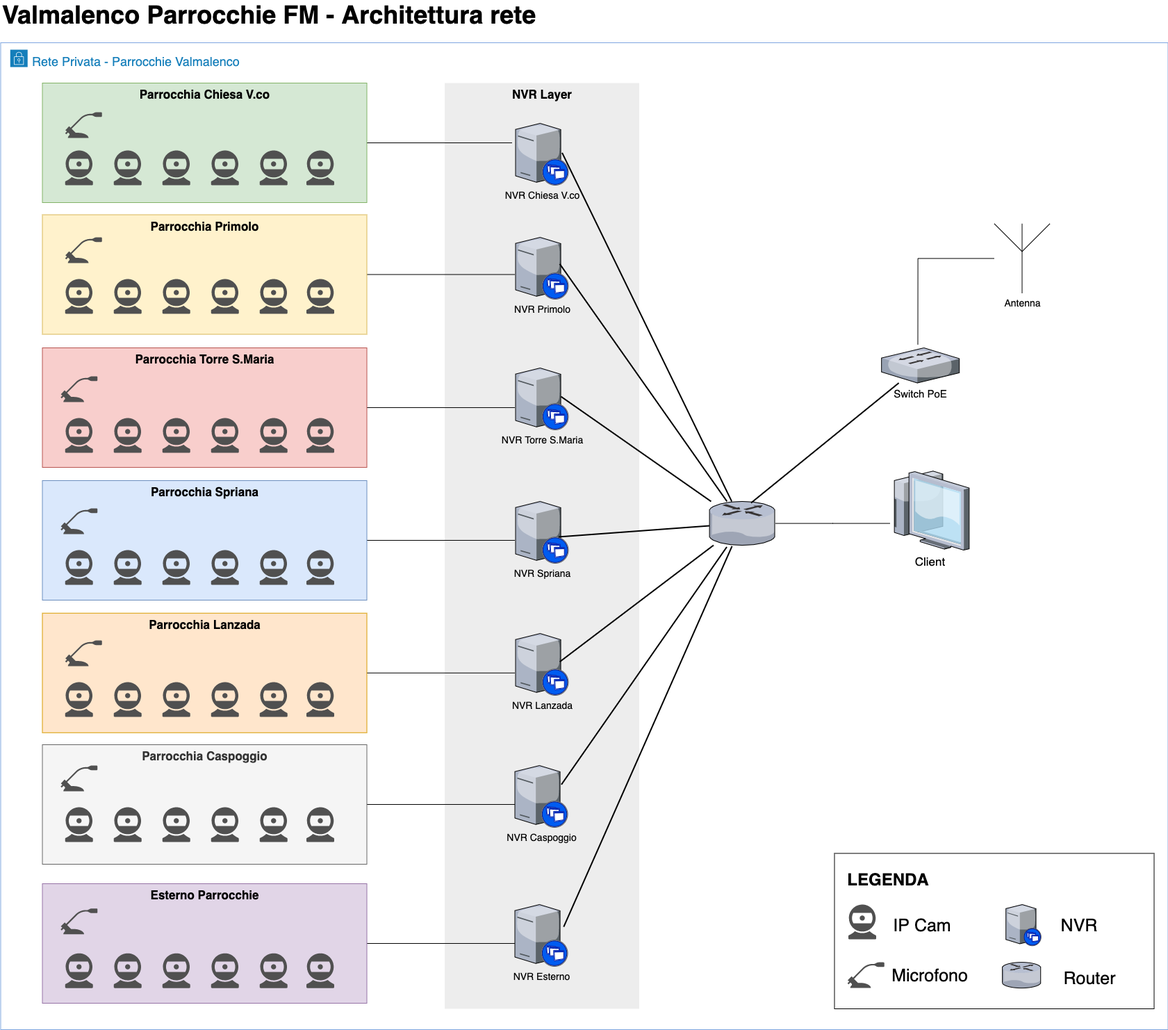
The draw.io diagram schema/architettura.png in AleNegrini/parrocchie-valmalenco-FM, before a commit. Source tidied: cells renumbered, new cells last; positions are measured from the earlier drawing's top-left corner, leaving out a move shared by most shapes.
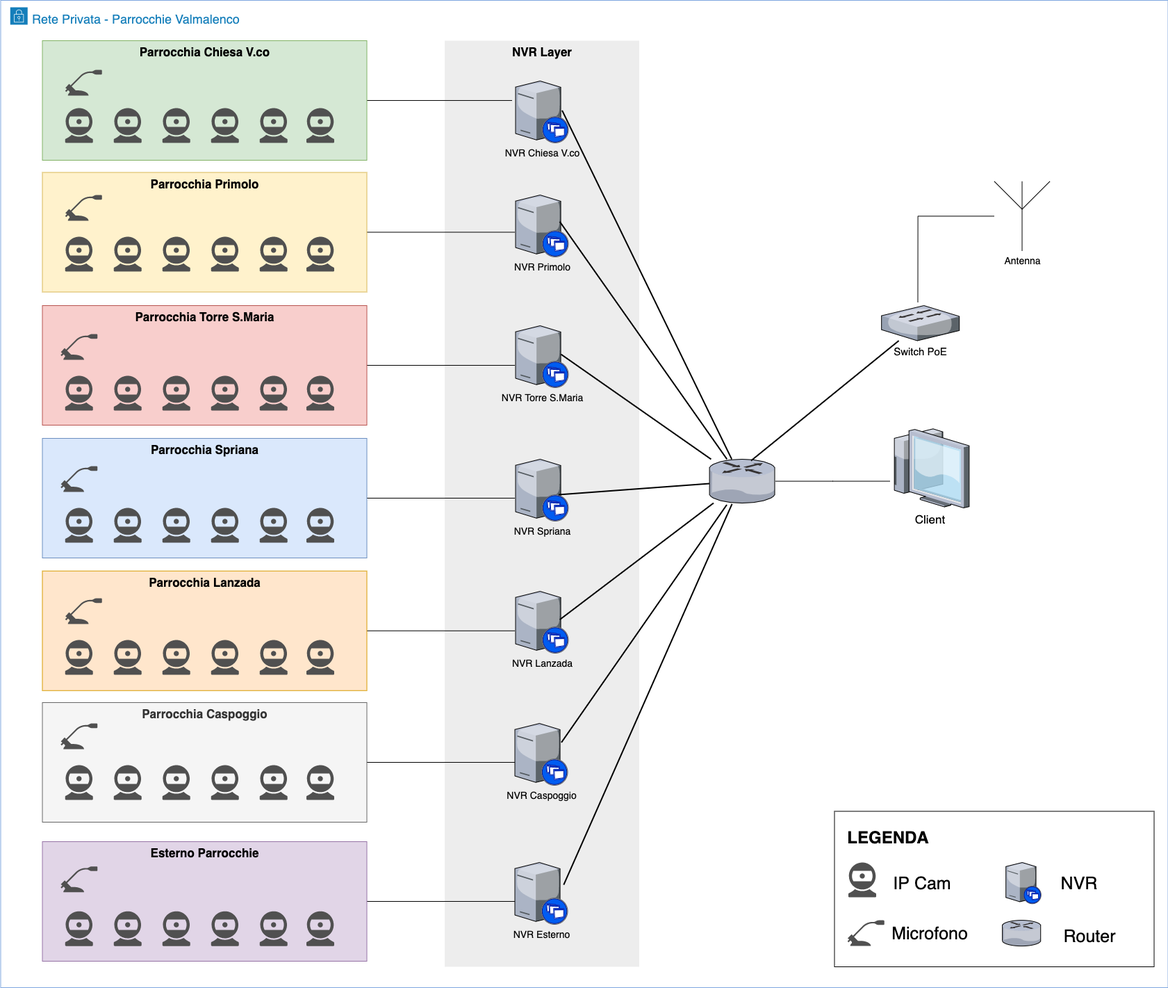
The same file after the commit.

Commit message:
- Removed title from network architecture

The edit, as a diff of the source:
```diff
@@ -55,9 +55,6 @@
     <mxCell id="18" style="edgeStyle=none;rounded=0;html=1;startSize=10;endSize=10;jettySize=auto;fontSize=14;endArrow=none;endFill=0;strokeWidth=2;exitX=0.838;exitY=0.457;exitDx=0;exitDy=0;exitPerimeter=0;" parent="1" edge="1" source="7" target="13">
       <mxGeometry relative="1" as="geometry" />
     </mxCell>
-    <mxCell id="19" value="&lt;font style=&quot;font-size: 36px&quot;&gt;Valmalenco Parrocchie FM - Architettura rete&lt;/font&gt;" style="text;strokeColor=none;fillColor=none;html=1;fontSize=24;fontStyle=1;verticalAlign=middle;align=left;" parent="1" vertex="1">
-      <mxGeometry width="861" height="40" as="geometry" />
-    </mxCell>
     <mxCell id="20" value="NVR Caspoggio" style="verticalLabelPosition=bottom;html=1;verticalAlign=top;strokeColor=none;shape=mxgraph.citrix.xenapp_server;fillColor=#66B2FF;gradientColor=#0066CC;fontSize=14;" parent="1" vertex="1">
       <mxGeometry x="740" y="1100" width="76" height="89" as="geometry" />
     </mxCell>
```
